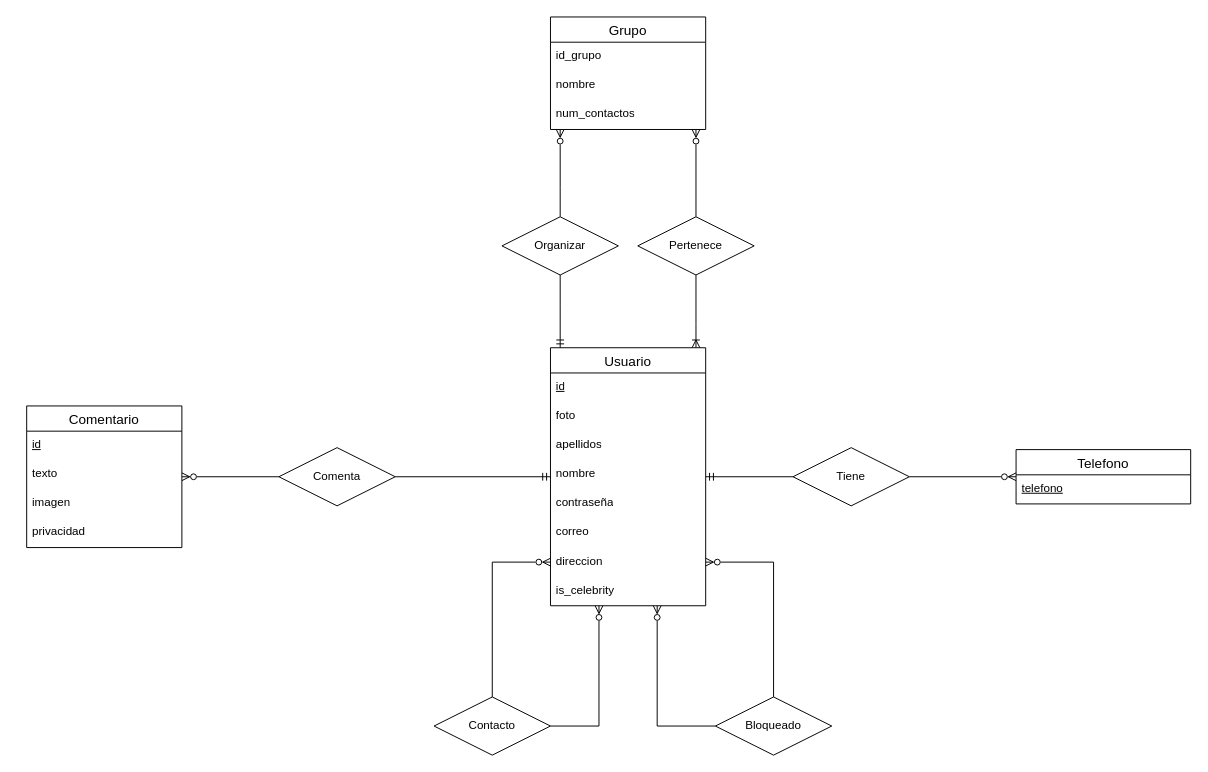
The draw.io diagram TA12Ej14.drawio in AlejandroCara/acr-tsys-modeloER-drawio-1110, before the edit. Source tidied: cells renumbered, new cells numbered last; positions are measured from the earlier drawing's top-left corner, leaving out a move shared by most shapes. Both pictures are drawn from the tidied source at 97%, with x=0, y=0 at pixel (26, 16).
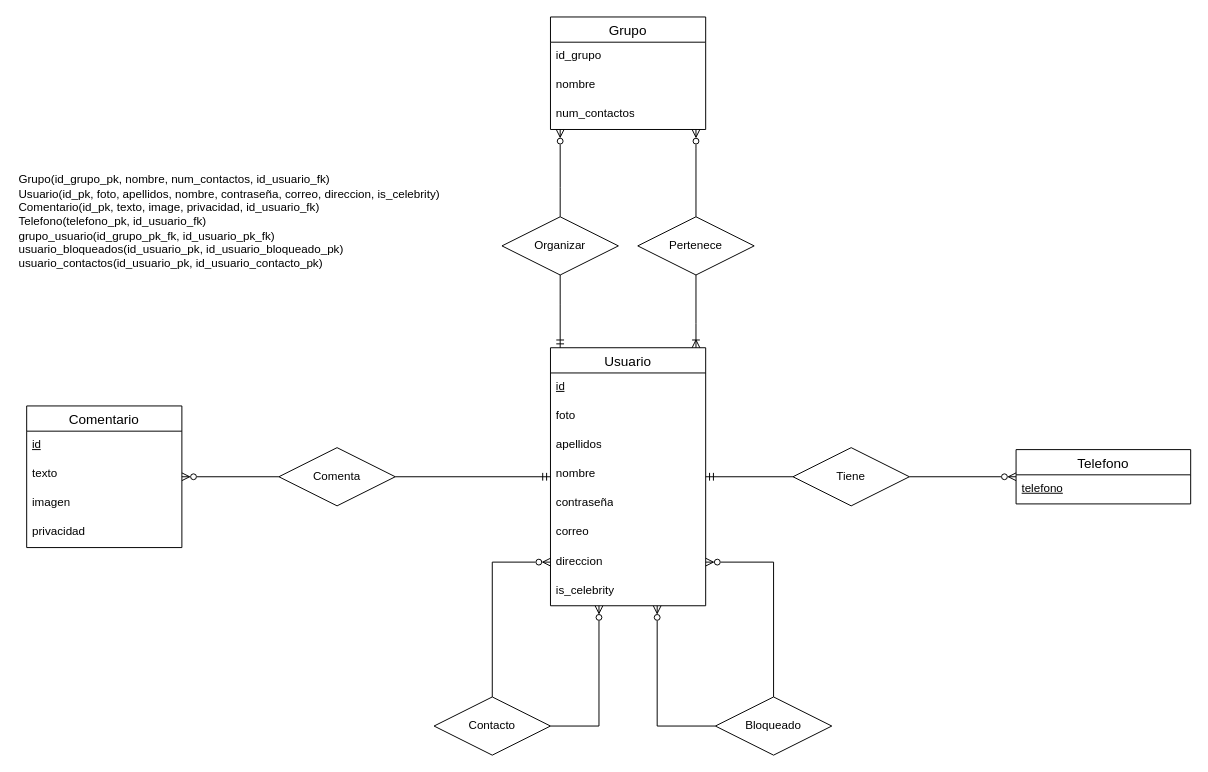
Above is the later version.

What changed in the source:
```diff
@@
+    <mxCell id="40" value="Grupo(id_grupo_pk, nombre, num_contactos, id_usuario_fk)&lt;br&gt;Usuario(id_pk, foto, apellidos, nombre, contraseña, correo, direccion, is_celebrity)&lt;br&gt;Comentario(id_pk, texto, image, privacidad, id_usuario_fk)&lt;br&gt;Telefono(telefono_pk, id_usuario_fk)&lt;br&gt;grupo_usuario(id_grupo_pk_fk, id_usuario_pk_fk)&lt;br&gt;usuario_bloqueados(id_usuario_pk, id_usuario_bloqueado_pk)&lt;br&gt;usuario_contactos(id_usuario_pk, id_usuario_contacto_pk)&lt;br&gt;" style="text;html=1;strokeColor=none;fillColor=none;align=left;verticalAlign=middle;whiteSpace=wrap;rounded=0;" parent="1" vertex="1">
+      <mxGeometry x="-10" y="96" width="850" height="230" as="geometry" />
+    </mxCell>
```
